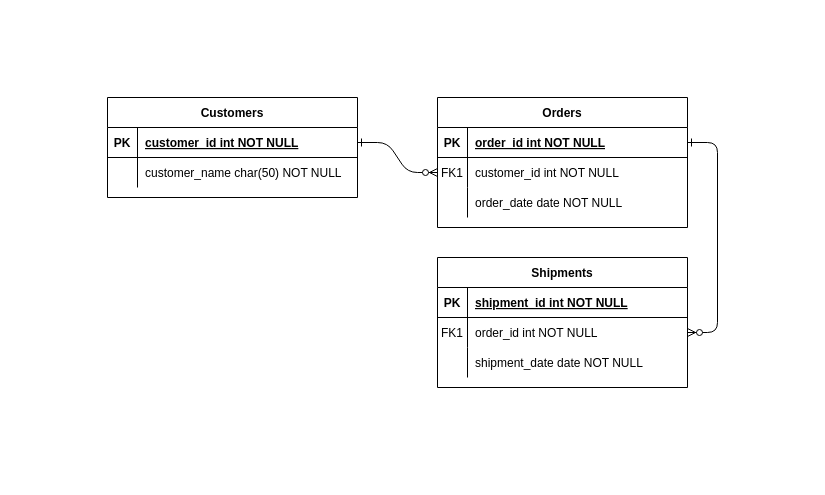
MBrito0/PROJETO_INDIVIDUAL-_M-dulo_2_Sistema_RESILIADATA keeps this draw.io diagram as Diagrama sem nome.drawio. Above is the earlier version. Source tidied: cells renumbered, new cells numbered last; positions are measured from the earlier drawing's top-left corner, leaving out a move shared by most shapes. Both pictures are drawn from the tidied source at 100%, with x=0, y=0 at pixel (107, 97).
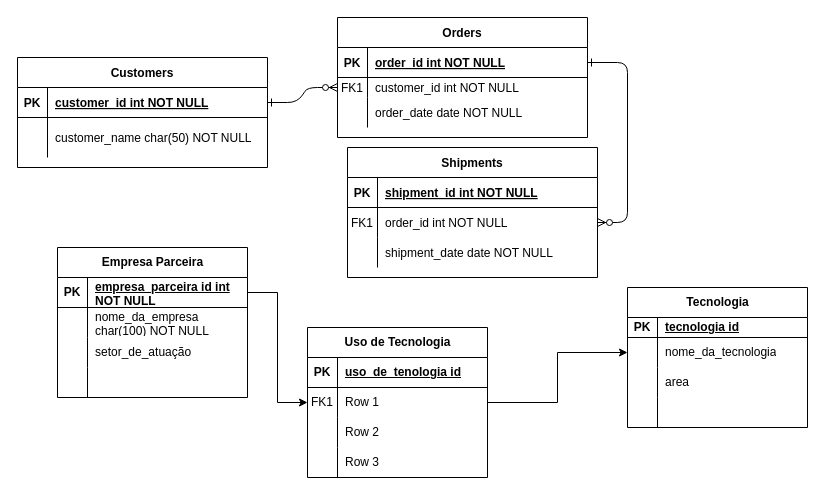
The same page after the edit.

What changed in the source:
```diff
@@
     <mxCell id="4" value="Orders" style="shape=table;startSize=30;childLayout=tableLayout;rowLines=0;fontStyle=1;align=center;" parent="1" vertex="1">
-      <mxGeometry x="330" width="250" height="130" as="geometry" />
+      <mxGeometry x="230" y="-80" width="250" height="120" as="geometry" />
     </mxCell>
@@
     <mxCell id="8" style="shape=partialRectangle;fillColor=none;points=[[0,0.5],[1,0.5]];portConstraint=eastwest;top=0;left=0;right=0;bottom=0;" parent="4" vertex="1">
-      <mxGeometry y="60" width="250" height="30" as="geometry" />
+      <mxGeometry y="60" width="250" height="20" as="geometry" />
     </mxCell>
     <mxCell id="9" value="FK1" style="shape=partialRectangle;overflow=hidden;fillColor=none;top=0;left=0;bottom=0;right=0;" parent="8" vertex="1">
-      <mxGeometry width="30" height="30" as="geometry" />
+      <mxGeometry width="30" height="20" as="geometry" />
     </mxCell>
     <mxCell id="10" value="customer_id int NOT NULL" style="shape=partialRectangle;overflow=hidden;fillColor=none;top=0;left=0;bottom=0;right=0;align=left;spacingLeft=6;" parent="8" vertex="1">
-      <mxGeometry x="30" width="220" height="30" as="geometry" />
+      <mxGeometry x="30" width="220" height="20" as="geometry" />
     </mxCell>
     <mxCell id="11" style="shape=partialRectangle;fillColor=none;top=0;left=0;right=0;bottom=0;" parent="4" vertex="1">
-      <mxGeometry y="90" width="250" height="30" as="geometry" />
+      <mxGeometry y="80" width="250" height="30" as="geometry" />
     </mxCell>
@@
     <mxCell id="14" value="Shipments" style="shape=table;startSize=30;childLayout=tableLayout;rowLines=0;fontStyle=1;align=center;" parent="1" vertex="1">
-      <mxGeometry x="330" y="160" width="250" height="130" as="geometry" />
+      <mxGeometry x="240" y="50" width="250" height="130" as="geometry" />
     </mxCell>
@@
     <mxCell id="24" value="Customers" style="shape=table;startSize=30;childLayout=tableLayout;rowLines=0;fontStyle=1;align=center;" parent="1" vertex="1">
-      <mxGeometry width="250" height="100" as="geometry" />
+      <mxGeometry x="-90" y="-40" width="250" height="110" as="geometry" />
     </mxCell>
@@
     <mxCell id="28" style="shape=partialRectangle;fillColor=none;top=0;left=0;right=0;bottom=0;" parent="24" vertex="1">
-      <mxGeometry y="60" width="250" height="30" as="geometry" />
+      <mxGeometry y="60" width="250" height="40" as="geometry" />
     </mxCell>
     <mxCell id="29" style="shape=partialRectangle;overflow=hidden;fillColor=none;top=0;left=0;bottom=0;right=0;" parent="28" vertex="1">
-      <mxGeometry width="30" height="30" as="geometry" />
+      <mxGeometry width="30" height="40" as="geometry" />
     </mxCell>
     <mxCell id="30" value="customer_name char(50) NOT NULL" style="shape=partialRectangle;overflow=hidden;fillColor=none;top=0;left=0;bottom=0;right=0;align=left;spacingLeft=6;" parent="28" vertex="1">
-      <mxGeometry x="30" width="220" height="30" as="geometry" />
+      <mxGeometry x="30" width="220" height="40" as="geometry" />
     </mxCell>
+    <mxCell id="31" value="Empresa Parceira" style="shape=table;startSize=30;childLayout=tableLayout;rowLines=0;fontStyle=1;align=center;html=1;" parent="1" vertex="1">
+      <mxGeometry x="-50" y="150" width="190" height="150" as="geometry" />
+    </mxCell>
+    <mxCell id="32" style="shape=tableRow;horizontal=0;startSize=0;swimlaneHead=0;swimlaneBody=0;fillColor=none;points=[[0,0.5],[1,0.5]];portConstraint=eastwest;top=0;left=0;right=0;bottom=1;" parent="31" vertex="1">
+      <mxGeometry y="30" width="190" height="30" as="geometry" />
+    </mxCell>
+    <mxCell id="33" value="PK" style="shape=partialRectangle;fillColor=none;top=0;left=0;bottom=0;right=0;fontStyle=1;overflow=hidden;whiteSpace=wrap;html=1;" parent="32" vertex="1">
+      <mxGeometry width="30" height="30" as="geometry" />
+    </mxCell>
+    <mxCell id="34" value="empresa_parceira id int NOT NULL" style="shape=partialRectangle;fillColor=none;top=0;left=0;bottom=0;right=0;align=left;spacingLeft=6;fontStyle=5;overflow=hidden;whiteSpace=wrap;html=1;" parent="32" vertex="1">
+      <mxGeometry x="30" width="160" height="30" as="geometry" />
+    </mxCell>
+    <mxCell id="35" style="shape=tableRow;horizontal=0;startSize=0;swimlaneHead=0;swimlaneBody=0;fillColor=none;top=0;left=0;right=0;bottom=0;" parent="31" vertex="1">
+      <mxGeometry y="60" width="190" height="30" as="geometry" />
+    </mxCell>
+    <mxCell id="36" style="shape=partialRectangle;fillColor=none;top=0;left=0;bottom=0;right=0;overflow=hidden;whiteSpace=wrap;html=1;" parent="35" vertex="1">
+      <mxGeometry width="30" height="30" as="geometry" />
+    </mxCell>
+    <mxCell id="37" value="nome_da_empresa char(100)&amp;nbsp;&lt;span style=&quot;text-wrap: nowrap;&quot;&gt;NOT NULL&lt;/span&gt;" style="shape=partialRectangle;fillColor=none;top=0;left=0;bottom=0;right=0;align=left;spacingLeft=6;overflow=hidden;whiteSpace=wrap;html=1;" parent="35" vertex="1">
+      <mxGeometry x="30" width="160" height="30" as="geometry" />
+    </mxCell>
+    <mxCell id="38" style="shape=tableRow;horizontal=0;startSize=0;swimlaneHead=0;swimlaneBody=0;fillColor=none;top=0;left=0;right=0;bottom=0;" parent="31" vertex="1">
+      <mxGeometry y="90" width="190" height="30" as="geometry" />
+    </mxCell>
+    <mxCell id="39" style="shape=partialRectangle;fillColor=none;top=0;left=0;bottom=0;right=0;overflow=hidden;whiteSpace=wrap;html=1;" parent="38" vertex="1">
+      <mxGeometry width="30" height="30" as="geometry" />
+    </mxCell>
+    <mxCell id="40" value="setor_de_atuação" style="shape=partialRectangle;fillColor=none;top=0;left=0;bottom=0;right=0;align=left;spacingLeft=6;overflow=hidden;whiteSpace=wrap;html=1;" parent="38" vertex="1">
+      <mxGeometry x="30" width="160" height="30" as="geometry" />
+    </mxCell>
+    <mxCell id="41" style="shape=tableRow;horizontal=0;startSize=0;swimlaneHead=0;swimlaneBody=0;fillColor=none;top=0;left=0;right=0;bottom=0;" parent="31" vertex="1">
+      <mxGeometry y="120" width="190" height="30" as="geometry" />
+    </mxCell>
+    <mxCell id="42" style="shape=partialRectangle;fillColor=none;top=0;left=0;bottom=0;right=0;overflow=hidden;whiteSpace=wrap;html=1;" parent="41" vertex="1">
+      <mxGeometry width="30" height="30" as="geometry" />
+    </mxCell>
+    <mxCell id="43" style="shape=partialRectangle;fillColor=none;top=0;left=0;bottom=0;right=0;align=left;spacingLeft=6;overflow=hidden;whiteSpace=wrap;html=1;" parent="41" vertex="1">
+      <mxGeometry x="30" width="160" height="30" as="geometry" />
+    </mxCell>
+    <mxCell id="44" value="Tecnologia" style="shape=table;startSize=30;childLayout=tableLayout;rowLines=0;fontStyle=1;align=center;html=1;" parent="1" vertex="1">
+      <mxGeometry x="520" y="190" width="180" height="140" as="geometry" />
+    </mxCell>
+    <mxCell id="45" style="shape=tableRow;horizontal=0;startSize=0;swimlaneHead=0;swimlaneBody=0;fillColor=none;top=0;left=0;right=0;bottom=1;" parent="44" vertex="1">
+      <mxGeometry y="30" width="180" height="20" as="geometry" />
+    </mxCell>
+    <mxCell id="46" value="PK" style="shape=partialRectangle;fillColor=none;top=0;left=0;bottom=0;right=0;fontStyle=1;overflow=hidden;whiteSpace=wrap;html=1;" parent="45" vertex="1">
+      <mxGeometry width="30" height="20" as="geometry" />
+    </mxCell>
+    <mxCell id="47" value="tecnologia id" style="shape=partialRectangle;fillColor=none;top=0;left=0;bottom=0;right=0;align=left;spacingLeft=6;fontStyle=5;overflow=hidden;whiteSpace=wrap;html=1;" parent="45" vertex="1">
+      <mxGeometry x="30" width="150" height="20" as="geometry" />
+    </mxCell>
+    <mxCell id="48" style="shape=tableRow;horizontal=0;startSize=0;swimlaneHead=0;swimlaneBody=0;fillColor=none;points=[[0,0.5],[1,0.5]];portConstraint=eastwest;top=0;left=0;right=0;bottom=0;" parent="44" vertex="1">
+      <mxGeometry y="50" width="180" height="30" as="geometry" />
+    </mxCell>
+    <mxCell id="49" style="shape=partialRectangle;fillColor=none;top=0;left=0;bottom=0;right=0;overflow=hidden;whiteSpace=wrap;html=1;" parent="48" vertex="1">
+      <mxGeometry width="30" height="30" as="geometry" />
+    </mxCell>
+    <mxCell id="50" value="nome_da_tecnologia" style="shape=partialRectangle;fillColor=none;top=0;left=0;bottom=0;right=0;align=left;spacingLeft=6;overflow=hidden;whiteSpace=wrap;html=1;" parent="48" vertex="1">
+      <mxGeometry x="30" width="150" height="30" as="geometry" />
+    </mxCell>
+    <mxCell id="51" style="shape=tableRow;horizontal=0;startSize=0;swimlaneHead=0;swimlaneBody=0;fillColor=none;top=0;left=0;right=0;bottom=0;" parent="44" vertex="1">
+      <mxGeometry y="80" width="180" height="30" as="geometry" />
+    </mxCell>
+    <mxCell id="52" style="shape=partialRectangle;fillColor=none;top=0;left=0;bottom=0;right=0;overflow=hidden;whiteSpace=wrap;html=1;" parent="51" vertex="1">
+      <mxGeometry width="30" height="30" as="geometry" />
+    </mxCell>
+    <mxCell id="53" value="area" style="shape=partialRectangle;fillColor=none;top=0;left=0;bottom=0;right=0;align=left;spacingLeft=6;overflow=hidden;whiteSpace=wrap;html=1;" parent="51" vertex="1">
+      <mxGeometry x="30" width="150" height="30" as="geometry" />
+    </mxCell>
+    <mxCell id="54" style="shape=tableRow;horizontal=0;startSize=0;swimlaneHead=0;swimlaneBody=0;fillColor=none;top=0;left=0;right=0;bottom=0;" parent="44" vertex="1">
+      <mxGeometry y="110" width="180" height="30" as="geometry" />
+    </mxCell>
+    <mxCell id="55" style="shape=partialRectangle;fillColor=none;top=0;left=0;bottom=0;right=0;overflow=hidden;whiteSpace=wrap;html=1;" parent="54" vertex="1">
+      <mxGeometry width="30" height="30" as="geometry" />
+    </mxCell>
+    <mxCell id="56" style="shape=partialRectangle;fillColor=none;top=0;left=0;bottom=0;right=0;align=left;spacingLeft=6;overflow=hidden;whiteSpace=wrap;html=1;" parent="54" vertex="1">
+      <mxGeometry x="30" width="150" height="30" as="geometry" />
+    </mxCell>
+    <mxCell id="57" style="edgeStyle=orthogonalEdgeStyle;rounded=0;jettySize=auto;html=1;exitX=1;exitY=0.5;exitDx=0;exitDy=0;entryX=0;entryY=0.5;entryDx=0;entryDy=0;" parent="1" edge="1" source="32" target="63">
+      <mxGeometry relative="1" as="geometry" />
+    </mxCell>
+    <mxCell id="58" style="edgeStyle=orthogonalEdgeStyle;rounded=0;jettySize=auto;html=1;entryX=0;entryY=0.5;entryDx=0;entryDy=0;" parent="1" edge="1" source="59" target="48">
+      <mxGeometry relative="1" as="geometry" />
+    </mxCell>
+    <mxCell id="59" value="Uso de Tecnologia" style="shape=table;startSize=30;childLayout=tableLayout;rowLines=0;fontStyle=1;align=center;html=1;" parent="1" vertex="1">
+      <mxGeometry x="200" y="230" width="180" height="150" as="geometry" />
+    </mxCell>
+    <mxCell id="60" style="shape=tableRow;horizontal=0;startSize=0;swimlaneHead=0;swimlaneBody=0;fillColor=none;top=0;left=0;right=0;bottom=1;" parent="59" vertex="1">
+      <mxGeometry y="30" width="180" height="30" as="geometry" />
+    </mxCell>
+    <mxCell id="61" value="PK" style="shape=partialRectangle;fillColor=none;top=0;left=0;bottom=0;right=0;fontStyle=1;overflow=hidden;whiteSpace=wrap;html=1;" parent="60" vertex="1">
+      <mxGeometry width="30" height="30" as="geometry" />
+    </mxCell>
+    <mxCell id="62" value="uso_de_tenologia id" style="shape=partialRectangle;fillColor=none;top=0;left=0;bottom=0;right=0;align=left;spacingLeft=6;fontStyle=5;overflow=hidden;whiteSpace=wrap;html=1;" parent="60" vertex="1">
+      <mxGeometry x="30" width="150" height="30" as="geometry" />
+    </mxCell>
+    <mxCell id="63" style="shape=tableRow;horizontal=0;startSize=0;swimlaneHead=0;swimlaneBody=0;fillColor=none;points=[[0,0.5],[1,0.5]];portConstraint=eastwest;top=0;left=0;right=0;bottom=0;" parent="59" vertex="1">
+      <mxGeometry y="60" width="180" height="30" as="geometry" />
+    </mxCell>
+    <mxCell id="64" value="FK1" style="shape=partialRectangle;fillColor=none;top=0;left=0;bottom=0;right=0;overflow=hidden;whiteSpace=wrap;html=1;" parent="63" vertex="1">
+      <mxGeometry width="30" height="30" as="geometry" />
+    </mxCell>
+    <mxCell id="65" value="Row 1" style="shape=partialRectangle;fillColor=none;top=0;left=0;bottom=0;right=0;align=left;spacingLeft=6;overflow=hidden;whiteSpace=wrap;html=1;" parent="63" vertex="1">
+      <mxGeometry x="30" width="150" height="30" as="geometry" />
+    </mxCell>
+    <mxCell id="66" style="shape=tableRow;horizontal=0;startSize=0;swimlaneHead=0;swimlaneBody=0;fillColor=none;top=0;left=0;right=0;bottom=0;" parent="59" vertex="1">
+      <mxGeometry y="90" width="180" height="30" as="geometry" />
+    </mxCell>
+    <mxCell id="67" style="shape=partialRectangle;fillColor=none;top=0;left=0;bottom=0;right=0;overflow=hidden;whiteSpace=wrap;html=1;" parent="66" vertex="1">
+      <mxGeometry width="30" height="30" as="geometry" />
+    </mxCell>
+    <mxCell id="68" value="Row 2" style="shape=partialRectangle;fillColor=none;top=0;left=0;bottom=0;right=0;align=left;spacingLeft=6;overflow=hidden;whiteSpace=wrap;html=1;" parent="66" vertex="1">
+      <mxGeometry x="30" width="150" height="30" as="geometry" />
+    </mxCell>
+    <mxCell id="69" style="shape=tableRow;horizontal=0;startSize=0;swimlaneHead=0;swimlaneBody=0;fillColor=none;top=0;left=0;right=0;bottom=0;" parent="59" vertex="1">
+      <mxGeometry y="120" width="180" height="30" as="geometry" />
+    </mxCell>
+    <mxCell id="70" style="shape=partialRectangle;fillColor=none;top=0;left=0;bottom=0;right=0;overflow=hidden;whiteSpace=wrap;html=1;" parent="69" vertex="1">
+      <mxGeometry width="30" height="30" as="geometry" />
+    </mxCell>
+    <mxCell id="71" value="Row 3" style="shape=partialRectangle;fillColor=none;top=0;left=0;bottom=0;right=0;align=left;spacingLeft=6;overflow=hidden;whiteSpace=wrap;html=1;" parent="69" vertex="1">
+      <mxGeometry x="30" width="150" height="30" as="geometry" />
+    </mxCell>
```
